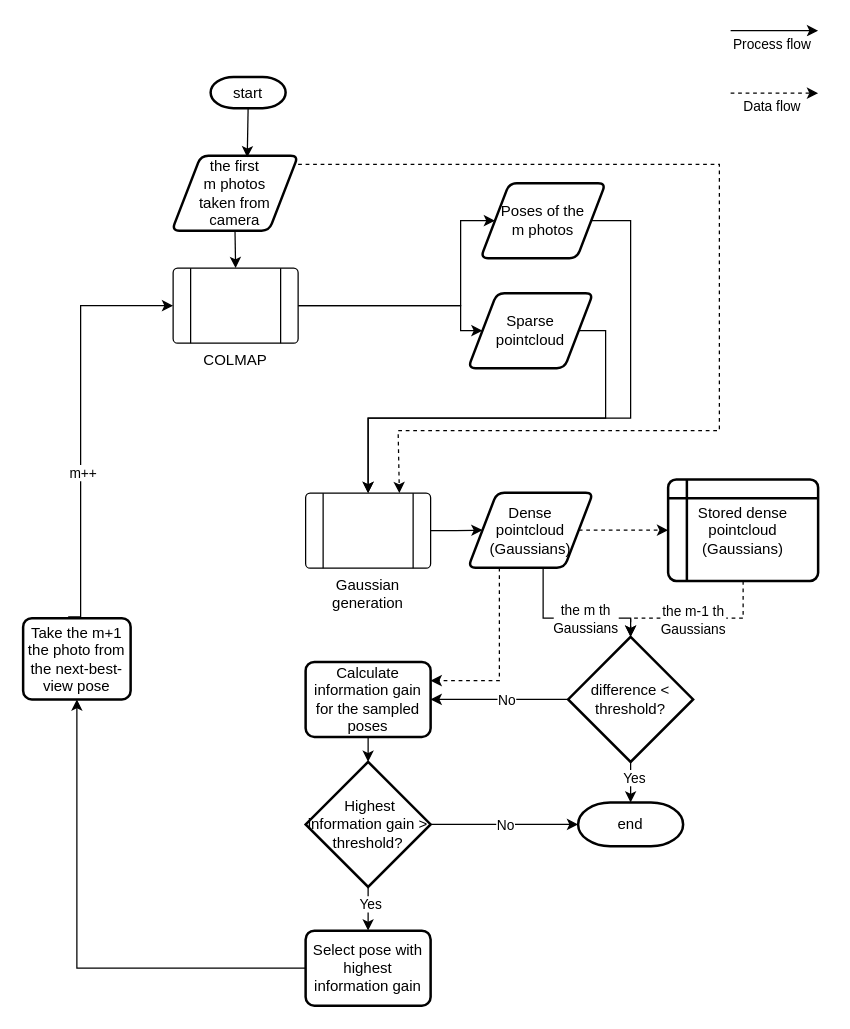
Before: page "Real-time" (2 of 2) of GS_flow.drawio in lemonci/Pattern_making, a draw.io diagram. Source tidied: cells renumbered, new cells numbered last; positions are measured from the earlier drawing's top-left corner, leaving out a move shared by most shapes. Both pictures are drawn from the tidied source at 125%, with x=0, y=0 at pixel (22, 30).
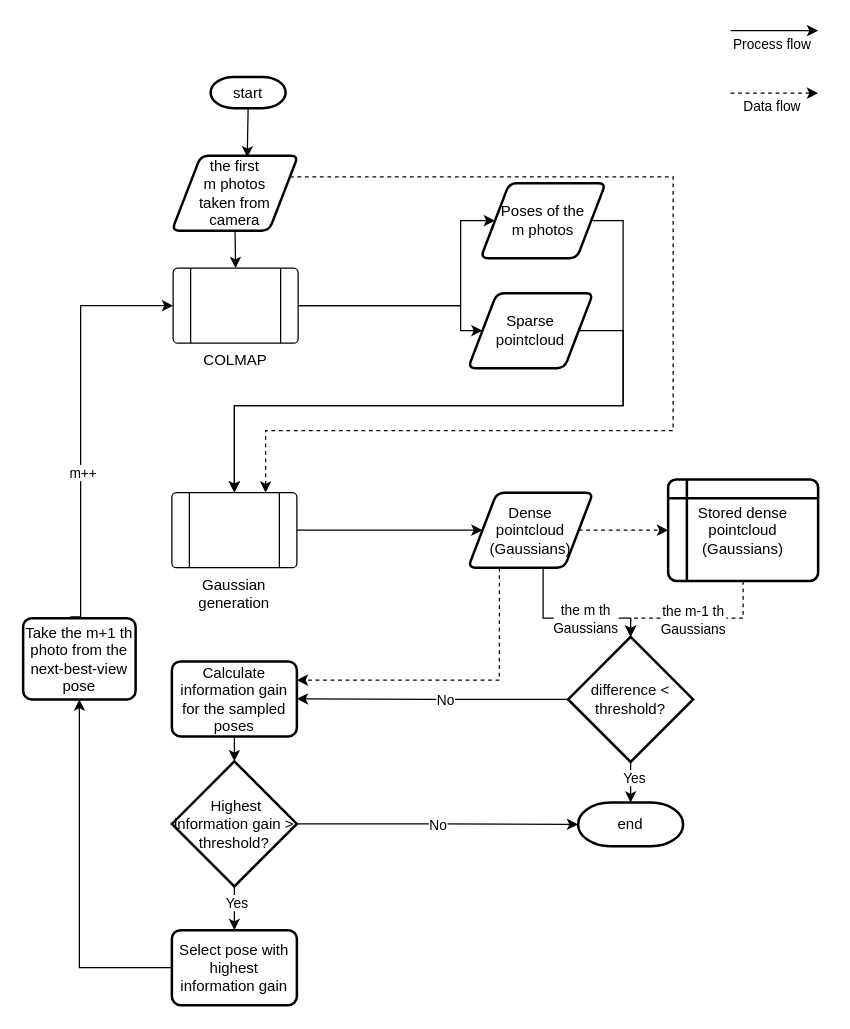
After the change.

Unchanged cells that the change refers to:
```xml
<mxCell id="4" value="the first&lt;br&gt;m photos&lt;br&gt;taken from camera" style="shape=parallelogram;html=1;strokeWidth=2;perimeter=parallelogramPerimeter;whiteSpace=wrap;rounded=1;arcSize=12;size=0.23;" parent="1" vertex="1">
  <mxGeometry x="119" y="100" width="101" height="60" as="geometry" />
</mxCell>
<mxCell id="9" value="Poses of the&lt;br&gt;m photos" style="shape=parallelogram;html=1;strokeWidth=2;perimeter=parallelogramPerimeter;whiteSpace=wrap;rounded=1;arcSize=12;size=0.23;" parent="1" vertex="1">
  <mxGeometry x="366" y="122" width="100" height="60" as="geometry" />
</mxCell>
<mxCell id="11" value="Sparse&lt;br&gt;pointcloud" style="shape=parallelogram;html=1;strokeWidth=2;perimeter=parallelogramPerimeter;whiteSpace=wrap;rounded=1;arcSize=12;size=0.23;" parent="1" vertex="1">
  <mxGeometry x="356" y="210" width="100" height="60" as="geometry" />
</mxCell>
```

What changed in the source:
```diff
@@
-    <mxCell id="3" style="edgeStyle=orthogonalEdgeStyle;rounded=0;jettySize=auto;html=1;exitX=1;exitY=0.25;exitDx=0;exitDy=0;dashed=1;entryX=0.75;entryY=0;entryDx=0;entryDy=0;" parent="1" edge="1" target="13">
-      <mxGeometry relative="1" as="geometry">
-        <mxPoint x="220" y="106.9" as="sourcePoint" />
-        <Array as="points">
-          <mxPoint x="557" y="107" />
-          <mxPoint x="557" y="320" />
-          <mxPoint x="300" y="320" />
-          <mxPoint x="300" y="370" />
-        </Array>
-      </mxGeometry>
-    </mxCell>
+    <mxCell id="46" style="edgeStyle=orthogonalEdgeStyle;rounded=0;jettySize=auto;html=1;exitX=1;exitY=0.25;exitDx=0;exitDy=0;dashed=1;" parent="1" edge="1" source="4" target="13">
+      <mxGeometry relative="1" as="geometry">
+        <Array as="points">
+          <mxPoint x="520" y="117" />
+          <mxPoint x="520" y="320" />
+          <mxPoint x="194" y="320" />
+        </Array>
+      </mxGeometry>
+    </mxCell>
@@
-    <mxCell id="8" style="edgeStyle=orthogonalEdgeStyle;rounded=0;jettySize=auto;html=1;exitX=1;exitY=0.5;exitDx=0;exitDy=0;entryX=0.5;entryY=0;entryDx=0;entryDy=0;" parent="1" edge="1" source="9" target="13">
+    <mxCell id="8" style="edgeStyle=orthogonalEdgeStyle;rounded=0;jettySize=auto;html=1;exitX=1;exitY=0.5;exitDx=0;exitDy=0;" parent="1" edge="1" source="9" target="13">
       <mxGeometry relative="1" as="geometry">
         <Array as="points">
-          <mxPoint x="486" y="152" />
-          <mxPoint x="486" y="310" />
-          <mxPoint x="276" y="310" />
+          <mxPoint x="480" y="152" />
+          <mxPoint x="480" y="300" />
+          <mxPoint x="169" y="300" />
         </Array>
       </mxGeometry>
     </mxCell>
@@
-    <mxCell id="10" style="edgeStyle=orthogonalEdgeStyle;rounded=0;jettySize=auto;html=1;exitX=1;exitY=0.5;exitDx=0;exitDy=0;" parent="1" edge="1" source="11">
-      <mxGeometry relative="1" as="geometry">
-        <mxPoint x="276" y="370" as="targetPoint" />
-        <Array as="points">
-          <mxPoint x="466" y="240" />
-          <mxPoint x="466" y="310" />
-          <mxPoint x="276" y="310" />
-        </Array>
-      </mxGeometry>
-    </mxCell>
+    <mxCell id="47" style="edgeStyle=orthogonalEdgeStyle;rounded=0;jettySize=auto;html=1;exitX=1;exitY=0.5;exitDx=0;exitDy=0;" parent="1" edge="1" source="11" target="13">
+      <mxGeometry relative="1" as="geometry">
+        <Array as="points">
+          <mxPoint x="480" y="240" />
+          <mxPoint x="480" y="300" />
+          <mxPoint x="169" y="300" />
+        </Array>
+      </mxGeometry>
+    </mxCell>
@@
     <mxCell id="13" value="Gaussian generation" style="verticalLabelPosition=bottom;verticalAlign=top;html=1;shape=process;whiteSpace=wrap;rounded=1;size=0.14;arcSize=6;" parent="1" vertex="1">
-      <mxGeometry x="226" y="370" width="100" height="60" as="geometry" />
+      <mxGeometry x="119" y="369.6" width="100" height="60" as="geometry" />
     </mxCell>
@@
     <mxCell id="30" value="Calculate information gain for the sampled poses" style="rounded=1;whiteSpace=wrap;html=1;absoluteArcSize=1;arcSize=14;strokeWidth=2;" parent="1" vertex="1">
-      <mxGeometry x="226" y="505" width="100" height="60" as="geometry" />
+      <mxGeometry x="119" y="504.6" width="100" height="60" as="geometry" />
     </mxCell>
@@
     <mxCell id="32" value="Select pose with highest information gain" style="rounded=1;whiteSpace=wrap;html=1;absoluteArcSize=1;arcSize=14;strokeWidth=2;" parent="1" vertex="1">
-      <mxGeometry x="226" y="720" width="100" height="60" as="geometry" />
+      <mxGeometry x="119" y="719.6" width="100" height="60" as="geometry" />
     </mxCell>
@@
-    <mxCell id="35" value="Take the m+1 the photo from the next-best-view pose" style="rounded=1;whiteSpace=wrap;html=1;absoluteArcSize=1;arcSize=14;strokeWidth=2;" parent="1" vertex="1">
-      <mxGeometry y="470" width="86" height="65" as="geometry" />
+    <mxCell id="35" value="Take the m+1 th photo from the next-best-view pose" style="rounded=1;whiteSpace=wrap;html=1;absoluteArcSize=1;arcSize=14;strokeWidth=2;" parent="1" vertex="1">
+      <mxGeometry y="470" width="90" height="65" as="geometry" />
     </mxCell>
@@
     <mxCell id="37" value="&amp;nbsp;Highest&lt;br&gt;information gain &amp;gt; threshold?" style="strokeWidth=2;html=1;shape=mxgraph.flowchart.decision;whiteSpace=wrap;" parent="1" vertex="1">
-      <mxGeometry x="226" y="585" width="100" height="100" as="geometry" />
+      <mxGeometry x="119" y="584.6" width="100" height="100" as="geometry" />
     </mxCell>
```
